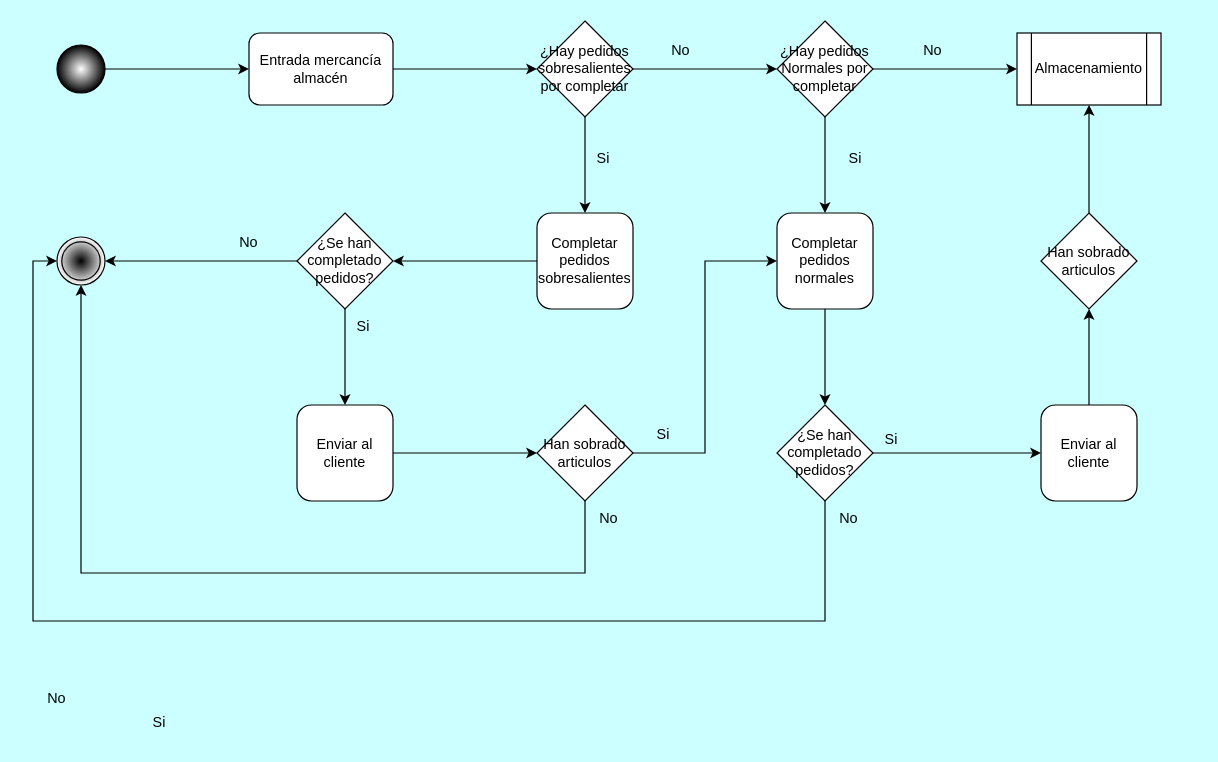
Before: 02_Entornos de desarrollo/UT_4/EjerciciosTema04/10_Ejercicio10/Ejercicio10.drawio in antgomper/Curso_23-24_DAW, a draw.io diagram. Source tidied: cells renumbered, new cells numbered last; positions are measured from the earlier drawing's top-left corner, leaving out a move shared by most shapes. Both pictures are drawn from the tidied source at 120%, with x=0, y=0 at pixel (20, 20).
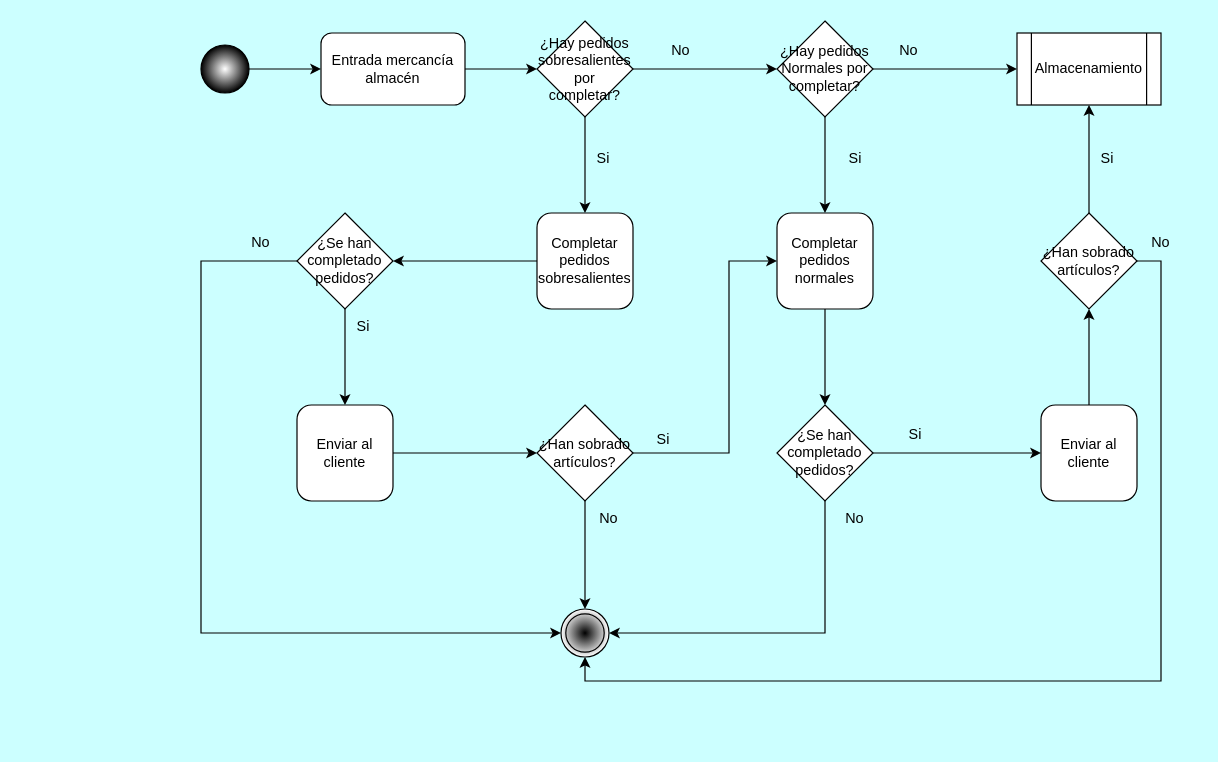
Above is the later version.

The change refers to these unchanged cells:
```xml
<mxCell id="21" value="&lt;div&gt;Completar &lt;br&gt;&lt;/div&gt;&lt;div&gt;pedidos&lt;br&gt;&lt;/div&gt;&lt;div&gt;normales&lt;br&gt;&lt;/div&gt;" style="rounded=1;whiteSpace=wrap;html=1;" parent="1" vertex="1">
  <mxGeometry x="630" y="160" width="80" height="80" as="geometry" />
</mxCell>
<mxCell id="29" value="¿Se han completado pedidos?" style="rhombus;whiteSpace=wrap;html=1;" parent="1" vertex="1">
  <mxGeometry x="230" y="160" width="80" height="80" as="geometry" />
</mxCell>
<mxCell id="38" value="¿Se han completado pedidos?" style="rhombus;whiteSpace=wrap;html=1;" parent="1" vertex="1">
  <mxGeometry x="630" y="320" width="80" height="80" as="geometry" />
</mxCell>
```

The edit, as a diff of the source:
```diff
@@
     <mxCell id="3" value="Entrada mercancía almacén" style="rounded=1;whiteSpace=wrap;html=1;" parent="1" vertex="1">
-      <mxGeometry x="190" y="10" width="120" height="60" as="geometry" />
+      <mxGeometry x="250" y="10" width="120" height="60" as="geometry" />
     </mxCell>
@@
     <mxCell id="5" style="ellipse;whiteSpace=wrap;html=1;fillColor=#FFFFFF;fillStyle=auto;gradientColor=#000000;gradientDirection=radial;" parent="1" vertex="1">
-      <mxGeometry x="30" y="20" width="40" height="40" as="geometry" />
+      <mxGeometry x="150" y="20" width="40" height="40" as="geometry" />
     </mxCell>
     <mxCell id="6" style="ellipse;shape=doubleEllipse;whiteSpace=wrap;html=1;gradientColor=#FFFFFF;gradientDirection=radial;fillColor=#000000;" parent="1" vertex="1">
-      <mxGeometry x="30" y="180" width="40" height="40" as="geometry" />
+      <mxGeometry x="450" y="490" width="40" height="40" as="geometry" />
     </mxCell>
     <mxCell id="7" value="No" style="text;html=1;strokeColor=none;fillColor=none;align=center;verticalAlign=middle;whiteSpace=wrap;rounded=0;" parent="1" vertex="1">
-      <mxGeometry y="550" width="60" height="30" as="geometry" />
+      <mxGeometry x="920" y="170" width="60" height="30" as="geometry" />
     </mxCell>
     <mxCell id="8" value="Si" style="text;html=1;align=center;verticalAlign=middle;strokeColor=none;fillColor=none;" parent="1" vertex="1">
-      <mxGeometry x="100" y="570" width="30" height="30" as="geometry" />
+      <mxGeometry x="890" y="100" width="30" height="30" as="geometry" />
     </mxCell>
@@
-    <mxCell id="11" value="¿Hay pedidos sobresalientes por completar" style="rhombus;whiteSpace=wrap;html=1;" parent="1" vertex="1">
+    <mxCell id="11" value="¿Hay pedidos sobresalientes por completar?" style="rhombus;whiteSpace=wrap;html=1;" parent="1" vertex="1">
       <mxGeometry x="430" width="80" height="80" as="geometry" />
     </mxCell>
@@
-    <mxCell id="14" value="¿Hay pedidos Normales por completar" style="rhombus;whiteSpace=wrap;html=1;" parent="1" vertex="1">
+    <mxCell id="14" value="¿Hay pedidos Normales por completar?" style="rhombus;whiteSpace=wrap;html=1;" parent="1" vertex="1">
       <mxGeometry x="630" width="80" height="80" as="geometry" />
     </mxCell>
@@
     <mxCell id="17" value="No" style="text;html=1;strokeColor=none;fillColor=none;align=center;verticalAlign=middle;whiteSpace=wrap;rounded=0;" parent="1" vertex="1">
-      <mxGeometry x="730" y="10" width="60" height="30" as="geometry" />
+      <mxGeometry x="710" y="10" width="60" height="30" as="geometry" />
     </mxCell>
@@
     <mxCell id="24" style="edgeStyle=orthogonalEdgeStyle;rounded=0;jettySize=auto;html=1;exitX=1;exitY=0.5;exitDx=0;exitDy=0;entryX=0;entryY=0.5;entryDx=0;entryDy=0;" parent="1" edge="1" source="26" target="21">
-      <mxGeometry relative="1" as="geometry" />
+      <mxGeometry relative="1" as="geometry">
+        <Array as="points">
+          <mxPoint x="590" y="360" />
+          <mxPoint x="590" y="200" />
+        </Array>
+      </mxGeometry>
     </mxCell>
-    <mxCell id="25" style="edgeStyle=orthogonalEdgeStyle;rounded=0;jettySize=auto;html=1;exitX=0.5;exitY=1;exitDx=0;exitDy=0;entryX=0.5;entryY=1;entryDx=0;entryDy=0;" parent="1" edge="1" source="26" target="6">
-      <mxGeometry relative="1" as="geometry">
-        <Array as="points">
-          <mxPoint x="470" y="460" />
-          <mxPoint x="50" y="460" />
-        </Array>
-      </mxGeometry>
+    <mxCell id="25" style="edgeStyle=orthogonalEdgeStyle;rounded=0;jettySize=auto;html=1;exitX=0.5;exitY=1;exitDx=0;exitDy=0;entryX=0.5;entryY=0;entryDx=0;entryDy=0;" parent="1" edge="1" source="26" target="6">
+      <mxGeometry relative="1" as="geometry" />
     </mxCell>
-    <mxCell id="26" value="Han sobrado articulos" style="rhombus;whiteSpace=wrap;html=1;" parent="1" vertex="1">
+    <mxCell id="26" value="¿Han sobrado artículos?" style="rhombus;whiteSpace=wrap;html=1;" parent="1" vertex="1">
       <mxGeometry x="430" y="320" width="80" height="80" as="geometry" />
     </mxCell>
@@
-    <mxCell id="28" style="edgeStyle=orthogonalEdgeStyle;rounded=0;jettySize=auto;html=1;exitX=0;exitY=0.5;exitDx=0;exitDy=0;entryX=1;entryY=0.5;entryDx=0;entryDy=0;" parent="1" edge="1" source="29" target="6">
-      <mxGeometry relative="1" as="geometry" />
+    <mxCell id="28" style="edgeStyle=orthogonalEdgeStyle;rounded=0;jettySize=auto;html=1;exitX=0;exitY=0.5;exitDx=0;exitDy=0;entryX=0;entryY=0.5;entryDx=0;entryDy=0;" parent="1" edge="1" source="29" target="6">
+      <mxGeometry relative="1" as="geometry">
+        <Array as="points">
+          <mxPoint x="150" y="200" />
+          <mxPoint x="150" y="510" />
+        </Array>
+      </mxGeometry>
     </mxCell>
@@
     <mxCell id="32" value="No" style="text;html=1;strokeColor=none;fillColor=none;align=center;verticalAlign=middle;whiteSpace=wrap;rounded=0;" parent="1" vertex="1">
-      <mxGeometry x="160" y="170" width="60" height="30" as="geometry" />
+      <mxGeometry x="170" y="170" width="60" height="30" as="geometry" />
     </mxCell>
@@
     <mxCell id="34" value="Si" style="text;html=1;align=center;verticalAlign=middle;strokeColor=none;fillColor=none;" parent="1" vertex="1">
-      <mxGeometry x="520" y="330" width="30" height="30" as="geometry" />
+      <mxGeometry x="520" y="334" width="30" height="30" as="geometry" />
     </mxCell>
@@
-    <mxCell id="37" style="edgeStyle=orthogonalEdgeStyle;rounded=0;jettySize=auto;html=1;exitX=0.5;exitY=1;exitDx=0;exitDy=0;entryX=0;entryY=0.5;entryDx=0;entryDy=0;" parent="1" edge="1" source="38" target="6">
-      <mxGeometry relative="1" as="geometry">
-        <Array as="points">
-          <mxPoint x="670" y="500" />
-          <mxPoint x="10" y="500" />
-          <mxPoint x="10" y="200" />
-        </Array>
-      </mxGeometry>
+    <mxCell id="37" style="edgeStyle=orthogonalEdgeStyle;rounded=0;jettySize=auto;html=1;exitX=0.5;exitY=1;exitDx=0;exitDy=0;entryX=1;entryY=0.5;entryDx=0;entryDy=0;" parent="1" edge="1" source="38" target="6">
+      <mxGeometry relative="1" as="geometry" />
     </mxCell>
@@
     <mxCell id="41" value="No" style="text;html=1;strokeColor=none;fillColor=none;align=center;verticalAlign=middle;whiteSpace=wrap;rounded=0;" parent="1" vertex="1">
-      <mxGeometry x="660" y="400" width="60" height="30" as="geometry" />
+      <mxGeometry x="665" y="400" width="60" height="30" as="geometry" />
     </mxCell>
     <mxCell id="42" value="Si" style="text;html=1;align=center;verticalAlign=middle;strokeColor=none;fillColor=none;" parent="1" vertex="1">
-      <mxGeometry x="710" y="334" width="30" height="30" as="geometry" />
+      <mxGeometry x="730" y="330" width="30" height="30" as="geometry" />
     </mxCell>
@@
+    <mxCell id="45" style="edgeStyle=orthogonalEdgeStyle;rounded=0;jettySize=auto;html=1;exitX=1;exitY=0.5;exitDx=0;exitDy=0;entryX=0.5;entryY=1;entryDx=0;entryDy=0;" parent="1" edge="1" source="44" target="6">
+      <mxGeometry relative="1" as="geometry" />
+    </mxCell>
-    <mxCell id="44" value="Han sobrado articulos" style="rhombus;whiteSpace=wrap;html=1;" parent="1" vertex="1">
+    <mxCell id="44" value="¿Han sobrado artículos?" style="rhombus;whiteSpace=wrap;html=1;" parent="1" vertex="1">
       <mxGeometry x="850" y="160" width="80" height="80" as="geometry" />
     </mxCell>
```
